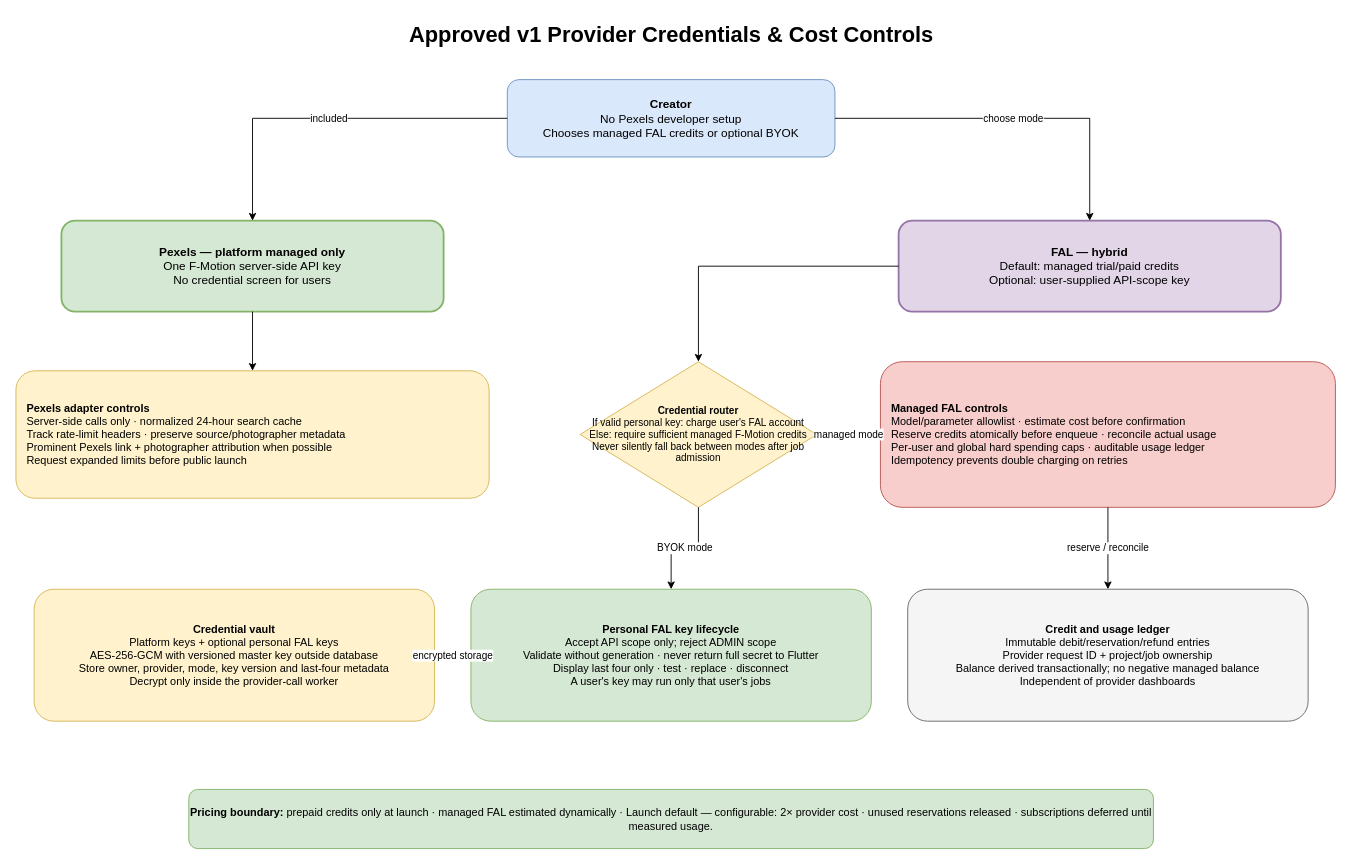
The draw.io diagram page "5. Providers & Cost Controls" (5 of 11) of docs/architecture/f-motion.drawio in ivanillka/f-motion, before the edit. Source tidied: cells renumbered, new cells numbered last; positions are measured from the earlier drawing's top-left corner, leaving out a move shared by most shapes. Both pictures are drawn from the tidied source at 91%, with x=0, y=0 at pixel (15, 15).
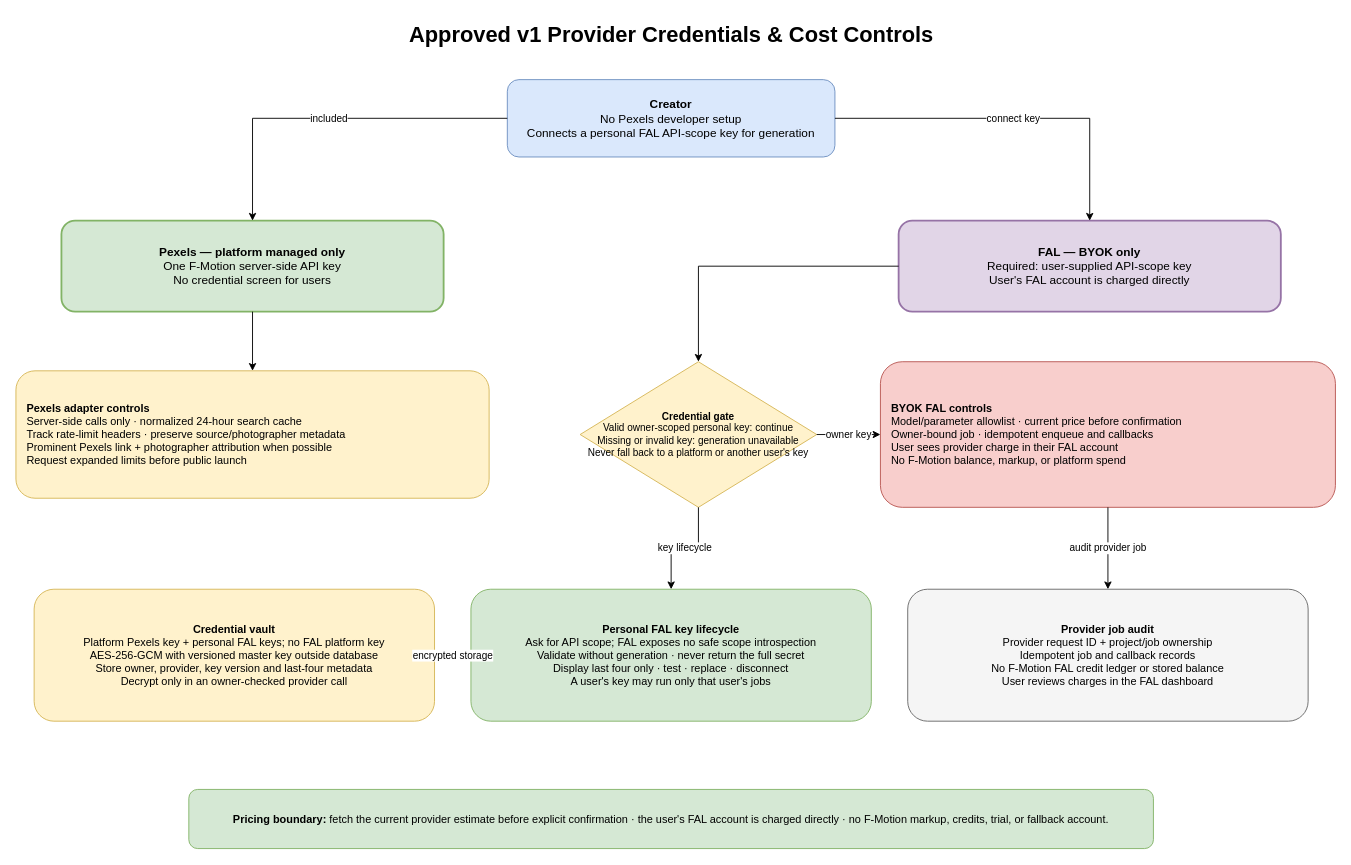
Above is the later version.

What changed in the source:
```diff
@@
-    <mxCell id="3" value="&lt;b&gt;Creator&lt;/b&gt;&lt;br&gt;No Pexels developer setup&lt;br&gt;Chooses managed FAL credits or optional BYOK" style="rounded=1;whiteSpace=wrap;html=1;fillColor=#dae8fc;strokeColor=#6c8ebf;fontSize=13;" parent="1" vertex="1">
+    <mxCell id="3" value="&lt;b&gt;Creator&lt;/b&gt;&lt;br&gt;No Pexels developer setup&lt;br&gt;Connects a personal FAL API-scope key for generation" style="rounded=1;whiteSpace=wrap;html=1;fillColor=#dae8fc;strokeColor=#6c8ebf;fontSize=13;" parent="1" vertex="1">
       <mxGeometry x="540" y="70" width="360" height="85" as="geometry" />
     </mxCell>
@@
-    <mxCell id="5" value="&lt;b&gt;FAL — hybrid&lt;/b&gt;&lt;br&gt;Default: managed trial/paid credits&lt;br&gt;Optional: user-supplied API-scope key" style="rounded=1;whiteSpace=wrap;html=1;fillColor=#e1d5e7;strokeColor=#9673a6;strokeWidth=2;fontSize=13;" parent="1" vertex="1">
+    <mxCell id="5" value="&lt;b&gt;FAL — BYOK only&lt;/b&gt;&lt;br&gt;Required: user-supplied API-scope key&lt;br&gt;User's FAL account is charged directly" style="rounded=1;whiteSpace=wrap;html=1;fillColor=#e1d5e7;strokeColor=#9673a6;strokeWidth=2;fontSize=13;" parent="1" vertex="1">
       <mxGeometry x="970" y="225" width="420" height="100" as="geometry" />
     </mxCell>
@@
-    <mxCell id="7" value="&lt;b&gt;Credential router&lt;/b&gt;&lt;br&gt;If valid personal key: charge user's FAL account&lt;br&gt;Else: require sufficient managed F-Motion credits&lt;br&gt;Never silently fall back between modes after job admission" style="rhombus;whiteSpace=wrap;html=1;fillColor=#fff2cc;strokeColor=#d6b656;fontSize=11;" parent="1" vertex="1">
+    <mxCell id="7" value="&lt;b&gt;Credential gate&lt;/b&gt;&lt;br&gt;Valid owner-scoped personal key: continue&lt;br&gt;Missing or invalid key: generation unavailable&lt;br&gt;Never fall back to a platform or another user's key" style="rhombus;whiteSpace=wrap;html=1;fillColor=#fff2cc;strokeColor=#d6b656;fontSize=11;" parent="1" vertex="1">
       <mxGeometry x="620" y="380" width="260" height="160" as="geometry" />
     </mxCell>
-    <mxCell id="8" value="&lt;b&gt;Managed FAL controls&lt;/b&gt;&lt;br&gt;Model/parameter allowlist · estimate cost before confirmation&lt;br&gt;Reserve credits atomically before enqueue · reconcile actual usage&lt;br&gt;Per-user and global hard spending caps · auditable usage ledger&lt;br&gt;Idempotency prevents double charging on retries" style="rounded=1;whiteSpace=wrap;html=1;fillColor=#f8cecc;strokeColor=#b85450;fontSize=12;align=left;spacingLeft=10;" parent="1" vertex="1">
+    <mxCell id="8" value="&lt;b&gt;BYOK FAL controls&lt;/b&gt;&lt;br&gt;Model/parameter allowlist · current price before confirmation&lt;br&gt;Owner-bound job · idempotent enqueue and callbacks&lt;br&gt;User sees provider charge in their FAL account&lt;br&gt;No F-Motion balance, markup, or platform spend" style="rounded=1;whiteSpace=wrap;html=1;fillColor=#f8cecc;strokeColor=#b85450;fontSize=12;align=left;spacingLeft=10;" parent="1" vertex="1">
       <mxGeometry x="950" y="380" width="500" height="160" as="geometry" />
     </mxCell>
-    <mxCell id="9" value="&lt;b&gt;Credential vault&lt;/b&gt;&lt;br&gt;Platform keys + optional personal FAL keys&lt;br&gt;AES-256-GCM with versioned master key outside database&lt;br&gt;Store owner, provider, mode, key version and last-four metadata&lt;br&gt;Decrypt only inside the provider-call worker" style="rounded=1;whiteSpace=wrap;html=1;fillColor=#fff2cc;strokeColor=#d6b656;fontSize=12;" parent="1" vertex="1">
+    <mxCell id="9" value="&lt;b&gt;Credential vault&lt;/b&gt;&lt;br&gt;Platform Pexels key + personal FAL keys; no FAL platform key&lt;br&gt;AES-256-GCM with versioned master key outside database&lt;br&gt;Store owner, provider, key version and last-four metadata&lt;br&gt;Decrypt only in an owner-checked provider call" style="rounded=1;whiteSpace=wrap;html=1;fillColor=#fff2cc;strokeColor=#d6b656;fontSize=12;" parent="1" vertex="1">
       <mxGeometry x="20" y="630" width="440" height="145" as="geometry" />
     </mxCell>
-    <mxCell id="10" value="&lt;b&gt;Personal FAL key lifecycle&lt;/b&gt;&lt;br&gt;Accept API scope only; reject ADMIN scope&lt;br&gt;Validate without generation · never return full secret to Flutter&lt;br&gt;Display last four only · test · replace · disconnect&lt;br&gt;A user's key may run only that user's jobs" style="rounded=1;whiteSpace=wrap;html=1;fillColor=#d5e8d4;strokeColor=#82b366;fontSize=12;" parent="1" vertex="1">
+    <mxCell id="10" value="&lt;b&gt;Personal FAL key lifecycle&lt;/b&gt;&lt;br&gt;Ask for API scope; FAL exposes no safe scope introspection&lt;br&gt;Validate without generation · never return the full secret&lt;br&gt;Display last four only · test · replace · disconnect&lt;br&gt;A user's key may run only that user's jobs" style="rounded=1;whiteSpace=wrap;html=1;fillColor=#d5e8d4;strokeColor=#82b366;fontSize=12;" parent="1" vertex="1">
       <mxGeometry x="500" y="630" width="440" height="145" as="geometry" />
     </mxCell>
-    <mxCell id="11" value="&lt;b&gt;Credit and usage ledger&lt;/b&gt;&lt;br&gt;Immutable debit/reservation/refund entries&lt;br&gt;Provider request ID + project/job ownership&lt;br&gt;Balance derived transactionally; no negative managed balance&lt;br&gt;Independent of provider dashboards" style="rounded=1;whiteSpace=wrap;html=1;fillColor=#f5f5f5;strokeColor=#666666;fontSize=12;" parent="1" vertex="1">
+    <mxCell id="11" value="&lt;b&gt;Provider job audit&lt;/b&gt;&lt;br&gt;Provider request ID + project/job ownership&lt;br&gt;Idempotent job and callback records&lt;br&gt;No F-Motion FAL credit ledger or stored balance&lt;br&gt;User reviews charges in the FAL dashboard" style="rounded=1;whiteSpace=wrap;html=1;fillColor=#f5f5f5;strokeColor=#666666;fontSize=12;" parent="1" vertex="1">
       <mxGeometry x="980" y="630" width="440" height="145" as="geometry" />
     </mxCell>
-    <mxCell id="12" value="&lt;b&gt;Pricing boundary:&lt;/b&gt; prepaid credits only at launch · managed FAL estimated dynamically · Launch default — configurable: 2× provider cost · unused reservations released · subscriptions deferred until measured usage." style="rounded=1;whiteSpace=wrap;html=1;fillColor=#d5e8d4;strokeColor=#82b366;fontSize=12;align=center;" parent="1" vertex="1">
+    <mxCell id="12" value="&lt;b&gt;Pricing boundary:&lt;/b&gt; fetch the current provider estimate before explicit confirmation · the user's FAL account is charged directly · no F-Motion markup, credits, trial, or fallback account." style="rounded=1;whiteSpace=wrap;html=1;fillColor=#d5e8d4;strokeColor=#82b366;fontSize=12;align=center;" parent="1" vertex="1">
       <mxGeometry x="190" y="850" width="1060" height="65" as="geometry" />
     </mxCell>
@@
-    <mxCell id="14" value="choose mode" style="edgeStyle=orthogonalEdgeStyle;rounded=0;html=1;" parent="1" edge="1" source="3" target="5">
+    <mxCell id="14" value="connect key" style="edgeStyle=orthogonalEdgeStyle;rounded=0;html=1;" parent="1" edge="1" source="3" target="5">
       <mxGeometry relative="1" as="geometry" />
     </mxCell>
@@
-    <mxCell id="17" value="managed mode" style="edgeStyle=orthogonalEdgeStyle;rounded=0;html=1;" parent="1" edge="1" source="7" target="8">
+    <mxCell id="17" value="owner key" style="edgeStyle=orthogonalEdgeStyle;rounded=0;html=1;" parent="1" edge="1" source="7" target="8">
       <mxGeometry relative="1" as="geometry" />
     </mxCell>
-    <mxCell id="18" value="BYOK mode" style="edgeStyle=orthogonalEdgeStyle;rounded=0;html=1;" parent="1" edge="1" source="7" target="10">
+    <mxCell id="18" value="key lifecycle" style="edgeStyle=orthogonalEdgeStyle;rounded=0;html=1;" parent="1" edge="1" source="7" target="10">
       <mxGeometry relative="1" as="geometry" />
     </mxCell>
@@
-    <mxCell id="20" value="reserve / reconcile" style="edgeStyle=orthogonalEdgeStyle;rounded=0;html=1;" parent="1" edge="1" source="8" target="11">
+    <mxCell id="20" value="audit provider job" style="edgeStyle=orthogonalEdgeStyle;rounded=0;html=1;" parent="1" edge="1" source="8" target="11">
       <mxGeometry relative="1" as="geometry" />
     </mxCell>
```
